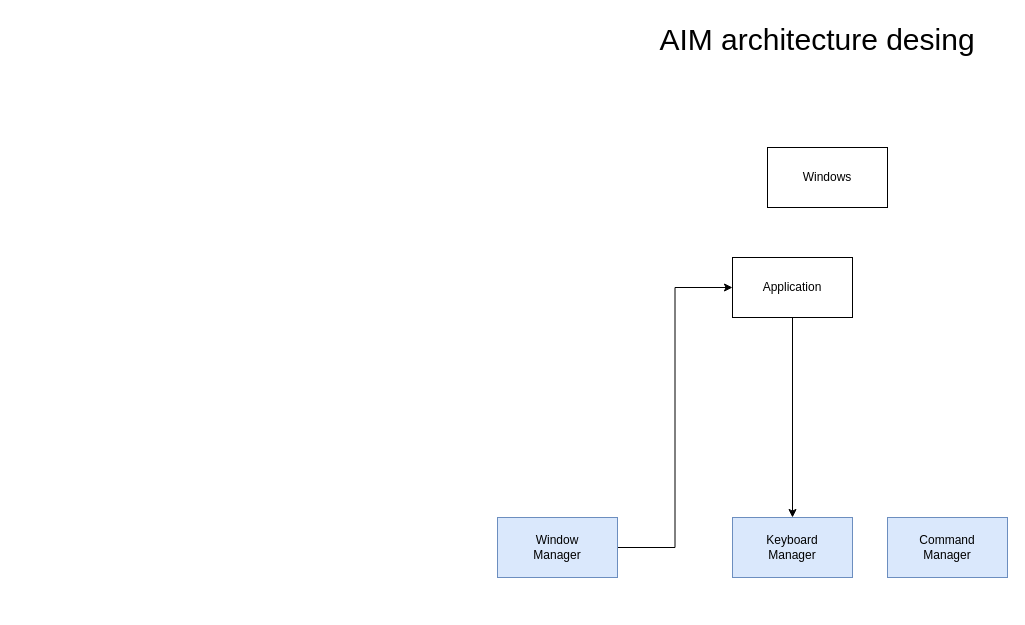
The draw.io diagram docs/Untitled Diagram.drawio in crezul/aim, before the edit. Source tidied: cells renumbered, new cells numbered last; positions are measured from the earlier drawing's top-left corner, leaving out a move shared by most shapes. Both pictures are drawn from the tidied source at 100%, with x=0, y=0 at pixel (467, 17).
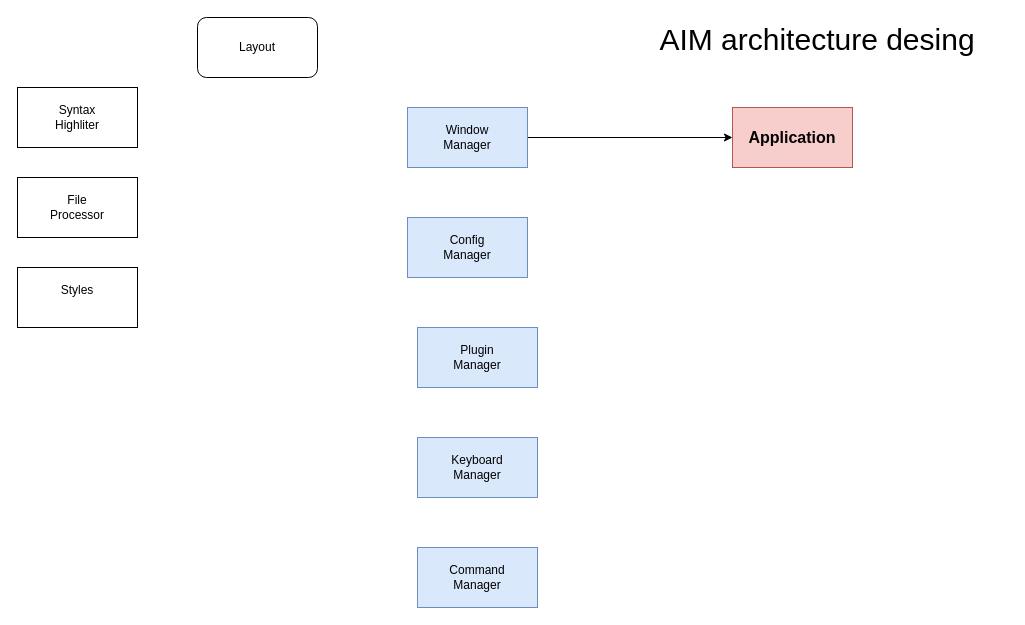
The same page after the edit.

Commit message:
Added base objects

The edit, as a diff of the source:
```diff
@@
 <mxGraphModel>
   <root>
     <mxCell id="0" />
     <mxCell id="1" parent="0" />
     <mxCell id="2" value="&lt;div style=&quot;font-size: 30px;&quot;&gt;&lt;font style=&quot;font-size: 30px;&quot;&gt;AIM architecture desing&lt;/font&gt;&lt;/div&gt;&lt;div style=&quot;font-size: 30px;&quot;&gt;&lt;font style=&quot;font-size: 30px;&quot;&gt;&lt;br&gt;&lt;/font&gt;&lt;/div&gt;" style="text;html=1;strokeColor=none;fillColor=none;align=center;verticalAlign=middle;whiteSpace=wrap;rounded=0;" parent="1" vertex="1">
       <mxGeometry x="170" width="360" height="80" as="geometry" />
     </mxCell>
     <mxCell id="3" style="edgeStyle=orthogonalEdgeStyle;rounded=0;jettySize=auto;html=1;entryX=0;entryY=0.5;entryDx=0;entryDy=0;" parent="1" edge="1" source="4" target="10">
       <mxGeometry relative="1" as="geometry" />
     </mxCell>
     <mxCell id="4" value="&lt;div&gt;Window&lt;/div&gt;&lt;div&gt;Manager&lt;br&gt;&lt;/div&gt;" style="rounded=0;whiteSpace=wrap;html=1;fillColor=#dae8fc;strokeColor=#6c8ebf;" parent="1" vertex="1">
-      <mxGeometry x="30" y="500" width="120" height="60" as="geometry" />
+      <mxGeometry x="-60" y="90" width="120" height="60" as="geometry" />
     </mxCell>
-    <mxCell id="5" value="Windows" style="rounded=0;whiteSpace=wrap;html=1;" parent="1" vertex="1">
-      <mxGeometry x="300" y="130" width="120" height="60" as="geometry" />
-    </mxCell>
     <mxCell id="6" style="edgeStyle=orthogonalEdgeStyle;rounded=0;orthogonalLoop=1;jettySize=auto;html=1;" parent="1" edge="1">
       <mxGeometry relative="1" as="geometry">
         <mxPoint y="230" as="sourcePoint" />
       </mxGeometry>
     </mxCell>
     <mxCell id="7" value="...." style="edgeLabel;html=1;align=center;verticalAlign=middle;" parent="6" vertex="1">
       <mxGeometry x="0.05" relative="1" as="geometry" />
     </mxCell>
     <mxCell id="8" value="&lt;div&gt;Keyboard&lt;/div&gt;&lt;div&gt;Manager&lt;br&gt;&lt;/div&gt;" style="whiteSpace=wrap;html=1;fillColor=#dae8fc;strokeColor=#6c8ebf;" parent="1" vertex="1">
-      <mxGeometry x="265" y="500" width="120" height="60" as="geometry" />
+      <mxGeometry x="-50" y="420" width="120" height="60" as="geometry" />
     </mxCell>
-    <mxCell id="9" style="edgeStyle=orthogonalEdgeStyle;rounded=0;jettySize=auto;html=1;" parent="1" edge="1" source="10" target="8">
-      <mxGeometry relative="1" as="geometry" />
-    </mxCell>
-    <mxCell id="10" value="Application" style="whiteSpace=wrap;html=1;" parent="1" vertex="1">
-      <mxGeometry x="265" y="240" width="120" height="60" as="geometry" />
+    <mxCell id="10" value="Application" style="whiteSpace=wrap;html=1;fillColor=#f8cecc;strokeColor=#b85450;fontStyle=1;fontSize=16;" parent="1" vertex="1">
+      <mxGeometry x="265" y="90" width="120" height="60" as="geometry" />
     </mxCell>
     <mxCell id="11" value="&lt;div&gt;Command&lt;/div&gt;&lt;div&gt;Manager&lt;br&gt;&lt;/div&gt;" style="whiteSpace=wrap;html=1;fillColor=#dae8fc;strokeColor=#6c8ebf;" parent="1" vertex="1">
-      <mxGeometry x="420" y="500" width="120" height="60" as="geometry" />
+      <mxGeometry x="-50" y="530" width="120" height="60" as="geometry" />
     </mxCell>
+    <mxCell id="12" value="&lt;div&gt;Styles&lt;/div&gt;&lt;div&gt;&lt;br&gt;&lt;/div&gt;" style="whiteSpace=wrap;html=1;" parent="1" vertex="1">
+      <mxGeometry x="-450" y="250" width="120" height="60" as="geometry" />
+    </mxCell>
+    <mxCell id="13" value="&lt;div&gt;Config&lt;/div&gt;Manager" style="whiteSpace=wrap;html=1;fillColor=#dae8fc;strokeColor=#6c8ebf;" parent="1" vertex="1">
+      <mxGeometry x="-60" y="200" width="120" height="60" as="geometry" />
+    </mxCell>
+    <mxCell id="14" value="&lt;div&gt;Plugin&lt;/div&gt;&lt;div&gt;Manager&lt;/div&gt;" style="whiteSpace=wrap;html=1;fillColor=#dae8fc;strokeColor=#6c8ebf;" parent="1" vertex="1">
+      <mxGeometry x="-50" y="310" width="120" height="60" as="geometry" />
+    </mxCell>
+    <mxCell id="15" value="Layout" style="rounded=1;whiteSpace=wrap;html=1;" parent="1" vertex="1">
+      <mxGeometry x="-270" width="120" height="60" as="geometry" />
+    </mxCell>
+    <mxCell id="16" value="&lt;div&gt;File&lt;/div&gt;&lt;div&gt;Processor&lt;br&gt;&lt;/div&gt;" style="whiteSpace=wrap;html=1;" parent="1" vertex="1">
+      <mxGeometry x="-450" y="160" width="120" height="60" as="geometry" />
+    </mxCell>
+    <mxCell id="17" value="&lt;div&gt;Syntax&lt;/div&gt;&lt;div&gt;Highliter&lt;br&gt;&lt;/div&gt;" style="whiteSpace=wrap;html=1;" parent="1" vertex="1">
+      <mxGeometry x="-450" y="70" width="120" height="60" as="geometry" />
+    </mxCell>
   </root>
 </mxGraphModel>
```
